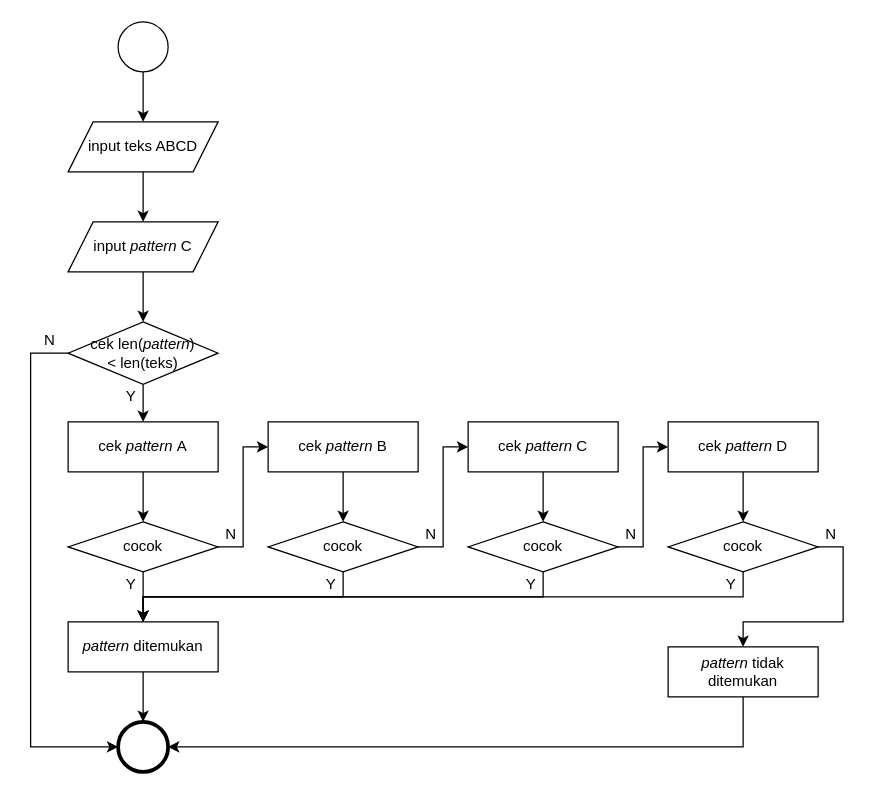
Before: Untitled Diagram.drawio in salimubet/kataku, a draw.io diagram. Source tidied: cells renumbered, new cells numbered last; positions are measured from the earlier drawing's top-left corner, leaving out a move shared by most shapes. Both pictures are drawn from the tidied source at 125%, with x=0, y=0 at pixel (30, 21).
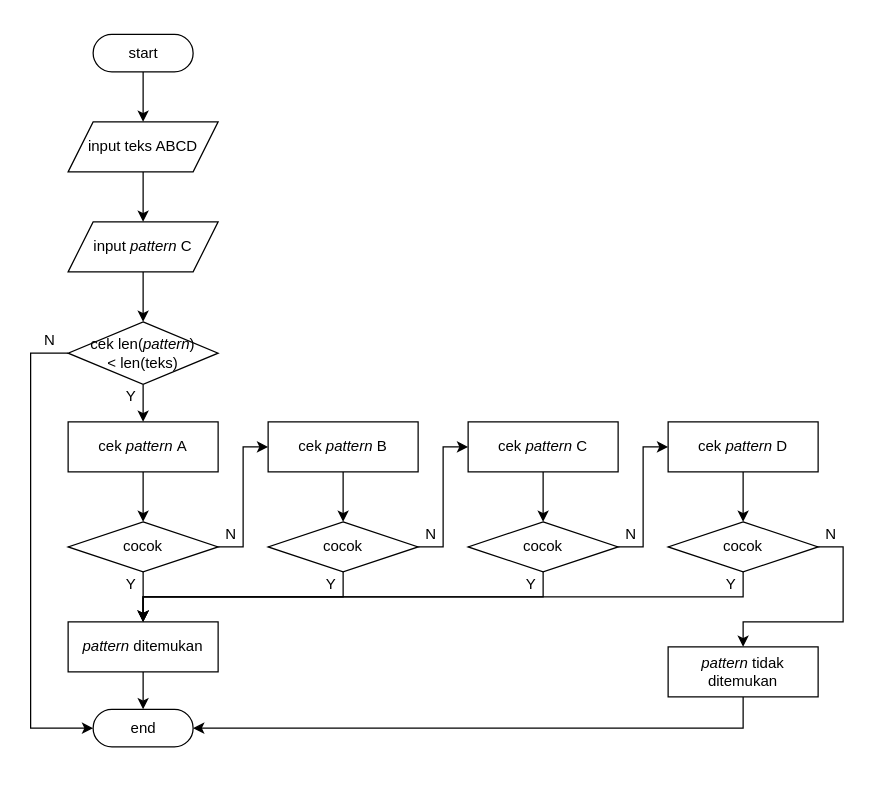
Above is the later version.

The change refers to these unchanged cells:
```xml
<mxCell id="9" value="input teks ABCD" style="shape=parallelogram;perimeter=parallelogramPerimeter;whiteSpace=wrap;html=1;fixedSize=1;" parent="1" vertex="1">
  <mxGeometry x="30" y="80" width="120" height="40" as="geometry" />
</mxCell>
<mxCell id="11" value="&lt;i&gt;pattern&lt;/i&gt;&amp;nbsp;ditemukan" style="rounded=0;whiteSpace=wrap;html=1;" parent="1" vertex="1">
  <mxGeometry x="30" y="480" width="120" height="40" as="geometry" />
</mxCell>
<mxCell id="13" value="&lt;i&gt;pattern&lt;/i&gt;&amp;nbsp;tidak ditemukan" style="rounded=0;whiteSpace=wrap;html=1;" parent="1" vertex="1">
  <mxGeometry x="510" y="500" width="120" height="40" as="geometry" />
</mxCell>
<mxCell id="16" value="&lt;span&gt;cek len(&lt;/span&gt;&lt;i&gt;pattern&lt;/i&gt;&lt;span&gt;)&lt;br&gt;&amp;lt; len(teks)&lt;/span&gt;" style="rhombus;whiteSpace=wrap;html=1;" parent="1" vertex="1">
  <mxGeometry x="30" y="240" width="120" height="50" as="geometry" />
</mxCell>
```

Change to the diagram source:
```diff
@@
-    <mxCell id="6" style="edgeStyle=orthogonalEdgeStyle;rounded=0;jettySize=auto;html=1;entryX=0.5;entryY=0;entryDx=0;entryDy=0;" parent="1" edge="1" source="7" target="9">
-      <mxGeometry relative="1" as="geometry" />
-    </mxCell>
-    <mxCell id="7" style="ellipse;whiteSpace=wrap;html=1;" parent="1" vertex="1">
-      <mxGeometry x="70" width="40" height="40" as="geometry" />
-    </mxCell>
@@
-    <mxCell id="10" style="edgeStyle=orthogonalEdgeStyle;rounded=0;jettySize=auto;html=1;entryX=0.5;entryY=0;entryDx=0;entryDy=0;" parent="1" edge="1" source="11" target="35">
-      <mxGeometry relative="1" as="geometry" />
-    </mxCell>
+    <mxCell id="46" style="edgeStyle=orthogonalEdgeStyle;rounded=0;jettySize=auto;html=1;" parent="1" edge="1" source="11" target="50">
+      <mxGeometry relative="1" as="geometry" />
+    </mxCell>
@@
-    <mxCell id="12" style="edgeStyle=orthogonalEdgeStyle;rounded=0;jettySize=auto;html=1;entryX=1;entryY=0.5;entryDx=0;entryDy=0;" parent="1" edge="1" source="13" target="35">
-      <mxGeometry relative="1" as="geometry">
-        <Array as="points">
-          <mxPoint x="570" y="580" />
-        </Array>
-      </mxGeometry>
-    </mxCell>
+    <mxCell id="47" style="edgeStyle=orthogonalEdgeStyle;rounded=0;jettySize=auto;html=1;entryX=1;entryY=0.5;entryDx=0;entryDy=0;entryPerimeter=0;" parent="1" edge="1" source="13" target="50">
+      <mxGeometry relative="1" as="geometry">
+        <Array as="points">
+          <mxPoint x="570" y="565" />
+        </Array>
+      </mxGeometry>
+    </mxCell>
@@
-    <mxCell id="15" style="edgeStyle=orthogonalEdgeStyle;rounded=0;jettySize=auto;html=1;entryX=0;entryY=0.5;entryDx=0;entryDy=0;" parent="1" edge="1" source="16" target="35">
+    <mxCell id="15" style="edgeStyle=orthogonalEdgeStyle;rounded=0;jettySize=auto;html=1;entryX=0;entryY=0.5;entryDx=0;entryDy=0;entryPerimeter=0;" parent="1" edge="1" source="16" target="50">
       <mxGeometry relative="1" as="geometry">
         <Array as="points">
           <mxPoint y="265" />
-          <mxPoint y="580" />
+          <mxPoint y="565" />
         </Array>
       </mxGeometry>
     </mxCell>
@@
-    <mxCell id="35" style="ellipse;whiteSpace=wrap;html=1;strokeWidth=3;" parent="1" vertex="1">
-      <mxGeometry x="70" y="560" width="40" height="40" as="geometry" />
-    </mxCell>
@@
+    <mxCell id="48" style="edgeStyle=orthogonalEdgeStyle;rounded=0;jettySize=auto;html=1;entryX=0.5;entryY=0;entryDx=0;entryDy=0;" parent="1" edge="1" source="49" target="9">
+      <mxGeometry relative="1" as="geometry" />
+    </mxCell>
+    <mxCell id="49" value="start" style="html=1;dashed=0;whitespace=wrap;shape=mxgraph.dfd.start;" parent="1" vertex="1">
+      <mxGeometry x="50" y="10" width="80" height="30" as="geometry" />
+    </mxCell>
+    <mxCell id="50" value="end" style="html=1;dashed=0;whitespace=wrap;shape=mxgraph.dfd.start;" parent="1" vertex="1">
+      <mxGeometry x="50" y="550" width="80" height="30" as="geometry" />
+    </mxCell>
```
